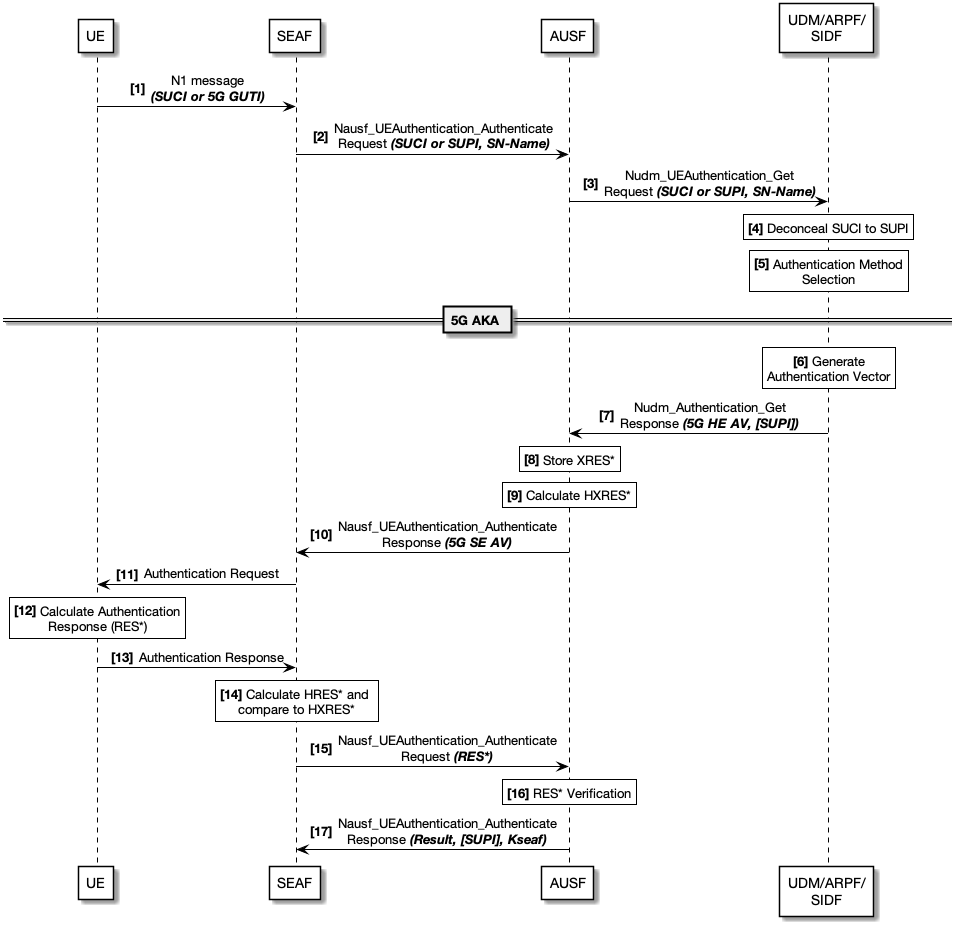
Before: Paper/uml/protocol_v1.png, a diagram exported from PlantUML (rbroesamle/5G-AKA-Protocol). Source of this version:
```plantuml
@startuml

skinparam SequenceMessageAlignment center
skinparam SequenceArrowColor Black
skinparam SequenceLifeLineBorderColor Black

skinparam NoteTextAlignment center
skinparam NoteBackgroundColor White
skinparam NoteBorderColor Black

skinparam ParticipantPadding 70
skinparam ParticipantBorderColor Black
skinparam ParticipantBackgroundColor White

skinparam Padding 1
skinparam Shadowing<<note>> false
skinparam DefaultFontName Helvetica Neue


participant UE
participant SEAF
participant AUSF
participant "UDM/ARPF/\nSIDF" as UDM


autonumber 1 "<b>[0]"

UE -> SEAF : N1 message\n//**(SUCI or 5G GUTI)**//

SEAF -> AUSF : Nausf_UEAuthentication_Authenticate\nRequest //**(SUCI or SUPI, SN-Name)**//

AUSF -> UDM : Nudm_UEAuthentication_Get\nRequest //**(SUCI or SUPI, SN-Name)**//

rnote <<note>> over UDM
**[4]** Deconceal SUCI to SUPI
end note

rnote <<note>> over UDM
**[5]** Authentication Method
Selection
end note

== 5G AKA ==

rnote <<note>> over UDM
**[6]** Generate
Authentication Vector
End note

autonumber 7 "<b>[0]"

UDM -> AUSF : Nudm_Authentication_Get\nResponse //**(5G HE AV, [SUPI])**//

rnote <<note>> over AUSF
**[8]** Store XRES*
end note

rnote <<note>> over AUSF
**[9]** Calculate HXRES*
end note

autonumber 10 "<b>[0]"

AUSF -> SEAF : Nausf_UEAuthentication_Authenticate\nResponse //**(5G SE AV)**//

SEAF -> UE : Authentication Request

rnote <<note>> over UE
**[12]** Calculate Authentication
Response (RES*)
end note

autonumber 13 "<b>[0]"

UE -> SEAF : Authentication Response

rnote <<note>> over SEAF
**[14]** Calculate HRES* and
compare to HXRES*
end note

autonumber 15 "<b>[0]"

SEAF -> AUSF : Nausf_UEAuthentication_Authenticate\nRequest //**(RES*)**//

rnote <<note>> over AUSF
**[16]** RES* Verification
end note

autonumber 17 "<b>[0]"

AUSF -> SEAF : Nausf_UEAuthentication_Authenticate\nResponse //**(Result, [SUPI], Kseaf)**//

@enduml
```
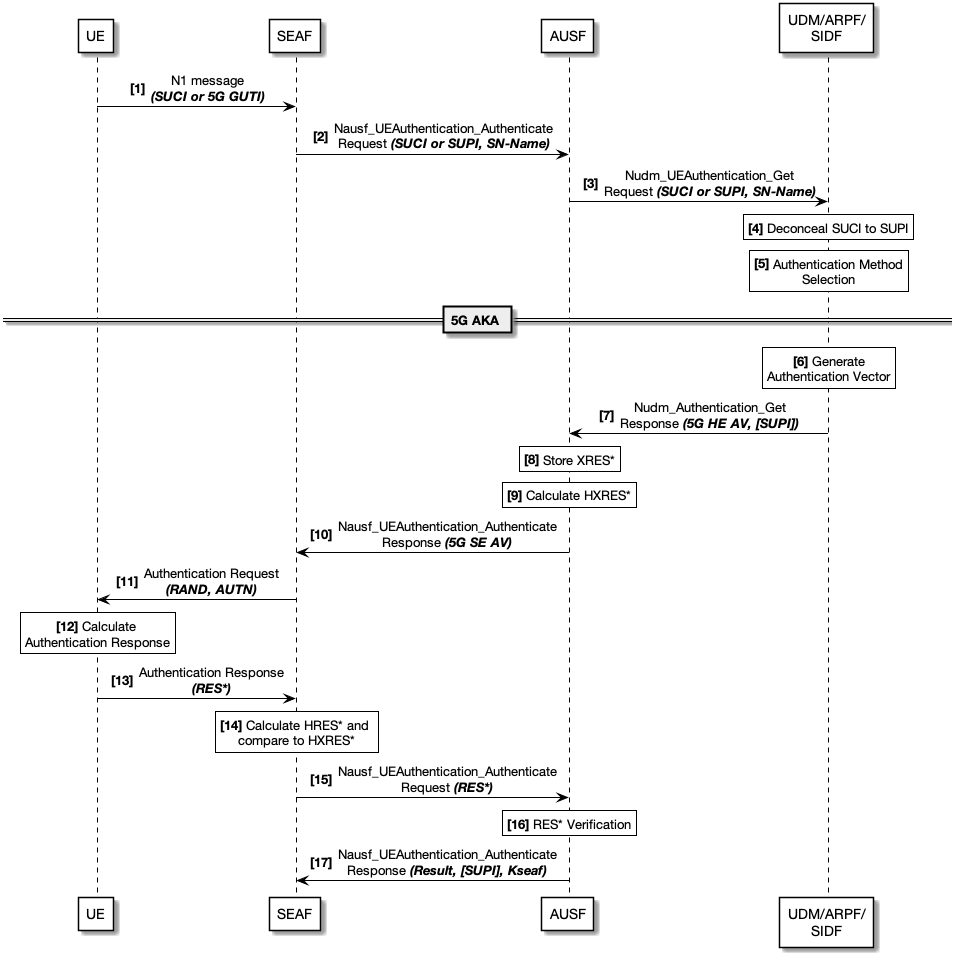
Above is the later version.

Commit message:
Added new uml diagramms for authentication failure situations.

The edit, as a diff of the source:
```diff
@@ -63,16 +63,16 @@
 
 AUSF -> SEAF : Nausf_UEAuthentication_Authenticate\nResponse //**(5G SE AV)**//
 
-SEAF -> UE : Authentication Request
+SEAF -> UE : Authentication Request\n//**(RAND, AUTN)**//
 
 rnote <<note>> over UE
-**[12]** Calculate Authentication
-Response (RES*)
+**[12]** Calculate
+Authentication Response
 end note
 
 autonumber 13 "<b>[0]"
 
-UE -> SEAF : Authentication Response
+UE -> SEAF : Authentication Response\n//**(RES*)**//
 
 rnote <<note>> over SEAF
 **[14]** Calculate HRES* and
```
